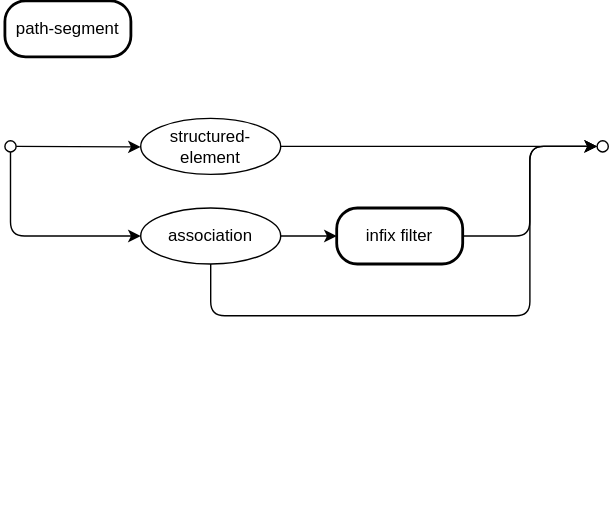
Earlier version of the draw.io export assets/cxl/path-segment.drawio.svg (capire/docs). Source tidied: cells renumbered, new cells last; positions are measured from the earlier drawing's top-left corner, leaving out a move shared by most shapes.
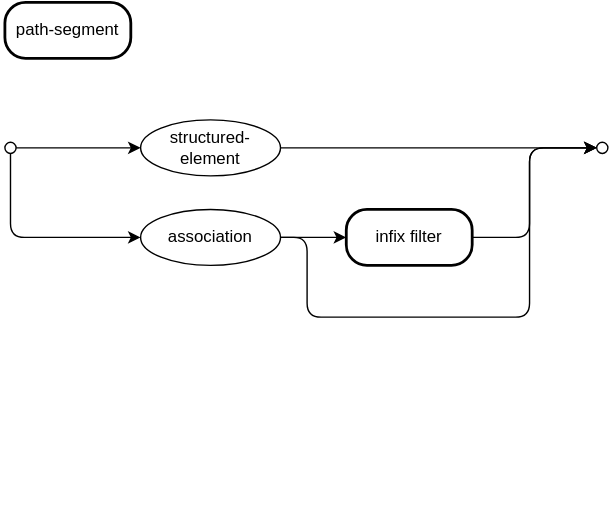
Later version of the same file.

Diff of the diagram source:
```diff
@@ -37,15 +37,20 @@
       <mxGeometry relative="1" as="geometry" />
     </mxCell>
     <mxCell id="12" value="infix filter" style="rounded=1;whiteSpace=wrap;html=1;strokeWidth=2;arcSize=37;" parent="1" vertex="1">
-      <mxGeometry x="237" y="148" width="90" height="40" as="geometry" />
+      <mxGeometry x="244" y="148" width="90" height="40" as="geometry" />
     </mxCell>
     <mxCell id="13" style="edgeStyle=elbowEdgeStyle;html=1;labelBackgroundColor=none;rounded=1;elbow=horizontal;endArrow=classic;endFill=1;align=left;exitX=1;exitY=0.5;exitDx=0;exitDy=0;entryX=0;entryY=0.5;entryDx=0;entryDy=0;" parent="1" edge="1" source="12" target="10">
-      <mxGeometry relative="1" as="geometry" />
+      <mxGeometry relative="1" as="geometry">
+        <Array as="points">
+          <mxPoint x="375" y="137" />
+        </Array>
+      </mxGeometry>
     </mxCell>
-    <mxCell id="14" style="edgeStyle=orthogonalEdgeStyle;rounded=1;jettySize=auto;html=1;exitX=0.5;exitY=1;exitDx=0;exitDy=0;entryX=0;entryY=0.5;entryDx=0;entryDy=0;startArrow=none;startFill=0;endArrow=classic;endFill=1;startSize=6;endSize=6;align=center;fontSize=12;labelBackgroundColor=none;" parent="1" edge="1" source="8" target="10">
+    <mxCell id="14" style="edgeStyle=orthogonalEdgeStyle;rounded=1;jettySize=auto;html=1;exitX=1;exitY=0.5;exitDx=0;exitDy=0;entryX=0;entryY=0.5;entryDx=0;entryDy=0;startArrow=none;startFill=0;endArrow=classic;endFill=1;startSize=6;endSize=6;align=center;fontSize=12;labelBackgroundColor=none;" parent="1" edge="1" source="8" target="10">
       <mxGeometry relative="1" as="geometry">
         <Array as="points">
-          <mxPoint x="147" y="225" />
+          <mxPoint x="216" y="168" />
+          <mxPoint x="216" y="225" />
           <mxPoint x="375" y="225" />
           <mxPoint x="375" y="104" />
         </Array>
```
